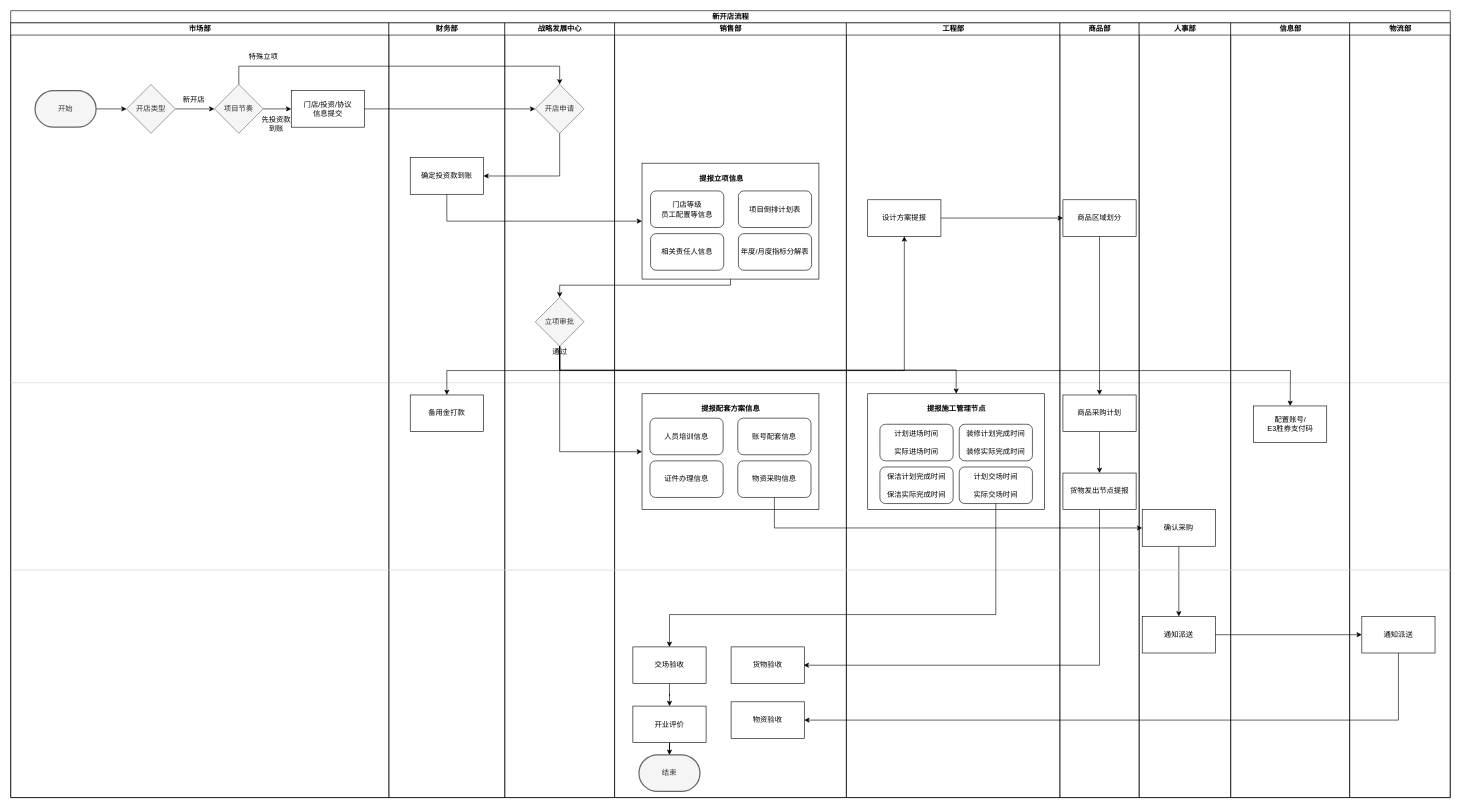
Above: 新开店流程.drawio in leonhard1Q84/leonhard1Q84.github.io (draw.io), before the change. Source tidied: cells renumbered, new cells numbered last; positions are measured from the earlier drawing's top-left corner, leaving out a move shared by most shapes. Both pictures are drawn from the tidied source at 61%, with x=0, y=0 at pixel (10, 10).
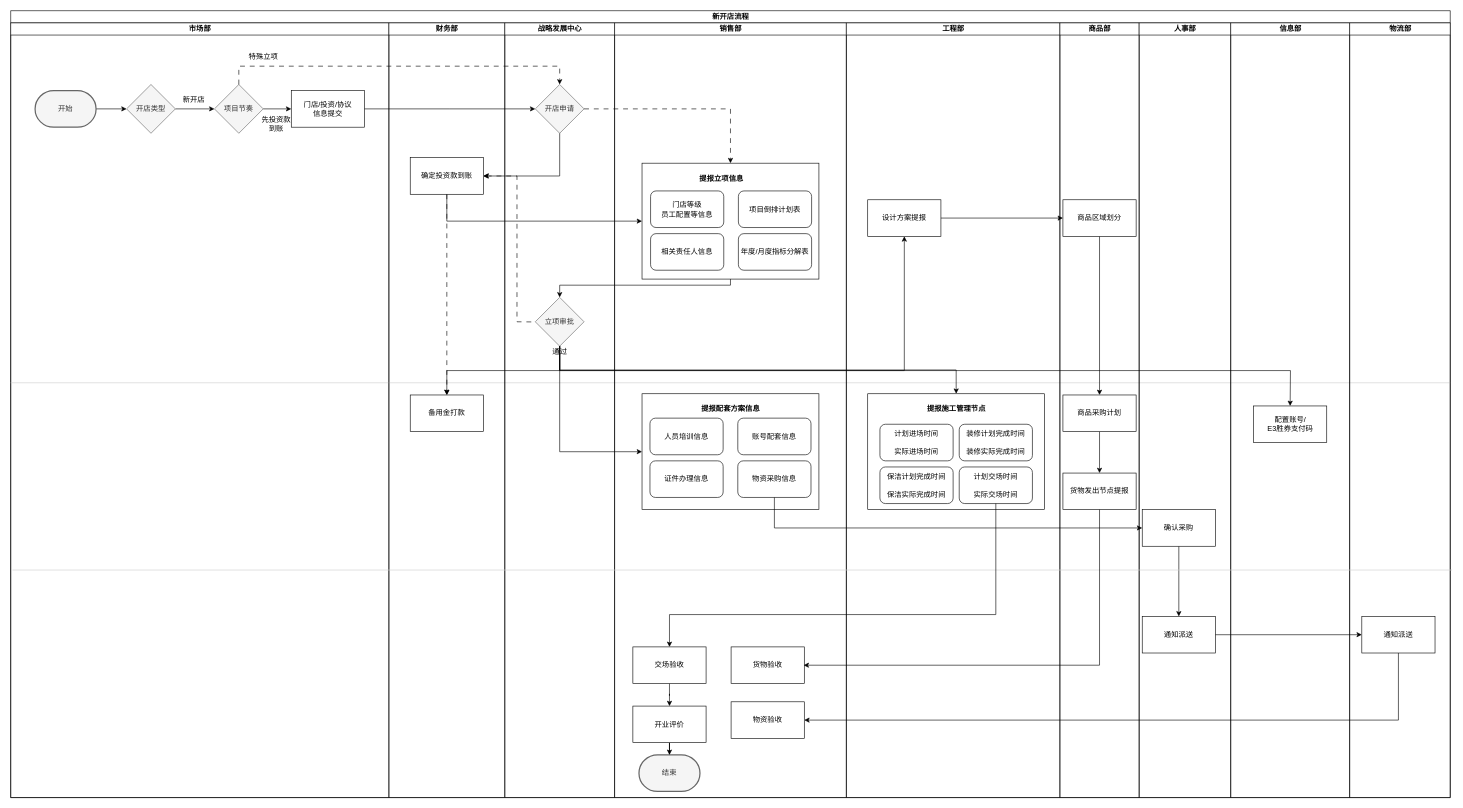
Above is the later version.

Commit message:
更新新开店流程.drawio

The change refers to these unchanged cells:
```xml
<mxCell id="2" value="新开店流程" style="swimlane;startSize=20;html=1;" parent="1" vertex="1">
  <mxGeometry width="2360" height="1290" as="geometry" />
</mxCell>
<mxCell id="9" value="项目节奏" style="rhombus;whiteSpace=wrap;html=1;fillColor=#f5f5f5;fontColor=#333333;strokeColor=#666666;" parent="3" vertex="1">
  <mxGeometry x="334" y="101" width="80" height="80" as="geometry" />
</mxCell>
<mxCell id="15" value="财务部" style="swimlane;startSize=20;html=1;" parent="2" vertex="1">
  <mxGeometry x="620" y="20" width="190" height="1270" as="geometry" />
</mxCell>
<mxCell id="16" value="确定投资款到账" style="whiteSpace=wrap;html=1;" parent="15" vertex="1">
  <mxGeometry x="35" y="221" width="120" height="60" as="geometry" />
</mxCell>
<mxCell id="17" value="备用金打款" style="whiteSpace=wrap;html=1;" parent="15" vertex="1">
  <mxGeometry x="35" y="610" width="120" height="60" as="geometry" />
</mxCell>
<mxCell id="19" value="开店申请" style="rhombus;whiteSpace=wrap;html=1;fillColor=#f5f5f5;fontColor=#333333;strokeColor=#666666;" parent="18" vertex="1">
  <mxGeometry x="50" y="101" width="80" height="80" as="geometry" />
</mxCell>
<mxCell id="20" value="立项审批" style="rhombus;whiteSpace=wrap;html=1;fillColor=#f5f5f5;fontColor=#333333;strokeColor=#666666;" parent="18" vertex="1">
  <mxGeometry x="50" y="450" width="80" height="80" as="geometry" />
</mxCell>
<mxCell id="27" style="rounded=0;whiteSpace=wrap;html=1;" parent="22" vertex="1">
  <mxGeometry x="45" y="230" width="290" height="190" as="geometry" />
</mxCell>
```

Diff of the diagram source:
```diff
@@
+    <mxCell id="81" style="edgeStyle=orthogonalEdgeStyle;rounded=0;jettySize=auto;html=1;entryX=0.5;entryY=0;entryDx=0;entryDy=0;dashed=1;dashPattern=8 8;" parent="15" edge="1" source="16" target="17">
+      <mxGeometry relative="1" as="geometry" />
+    </mxCell>
@@
-    <mxCell id="63" style="edgeStyle=orthogonalEdgeStyle;rounded=0;jettySize=auto;html=1;entryX=0.5;entryY=0;entryDx=0;entryDy=0;" parent="2" edge="1" source="9">
+    <mxCell id="63" style="edgeStyle=orthogonalEdgeStyle;rounded=0;jettySize=auto;html=1;entryX=0.5;entryY=0;entryDx=0;entryDy=0;dashed=1;dashPattern=8 8;" parent="2" edge="1" source="9">
       <mxGeometry relative="1" as="geometry">
         <mxPoint x="900" y="121" as="targetPoint" />
         <Array as="points">
           <mxPoint x="374" y="91" />
           <mxPoint x="900" y="91" />
         </Array>
       </mxGeometry>
     </mxCell>
@@
+    <mxCell id="82" style="endArrow=classic;html=1;rounded=0;exitX=1;exitY=0.5;exitDx=0;exitDy=0;entryX=0.5;entryY=0;entryDx=0;entryDy=0;dashed=1;dashPattern=8 8;" parent="2" edge="1" source="19" target="27">
+      <mxGeometry relative="1" as="geometry">
+        <Array as="points">
+          <mxPoint x="1180" y="161" />
+        </Array>
+      </mxGeometry>
+    </mxCell>
+    <mxCell id="83" style="endArrow=classic;html=1;rounded=0;exitX=-0.082;exitY=0.503;exitDx=0;exitDy=0;exitPerimeter=0;entryX=1;entryY=0.5;entryDx=0;entryDy=0;dashed=1;dashPattern=8 8;" parent="2" edge="1" source="20" target="16">
+      <mxGeometry relative="1" as="geometry">
+        <Array as="points">
+          <mxPoint x="830" y="510" />
+          <mxPoint x="830" y="271" />
+        </Array>
+      </mxGeometry>
+    </mxCell>
```
